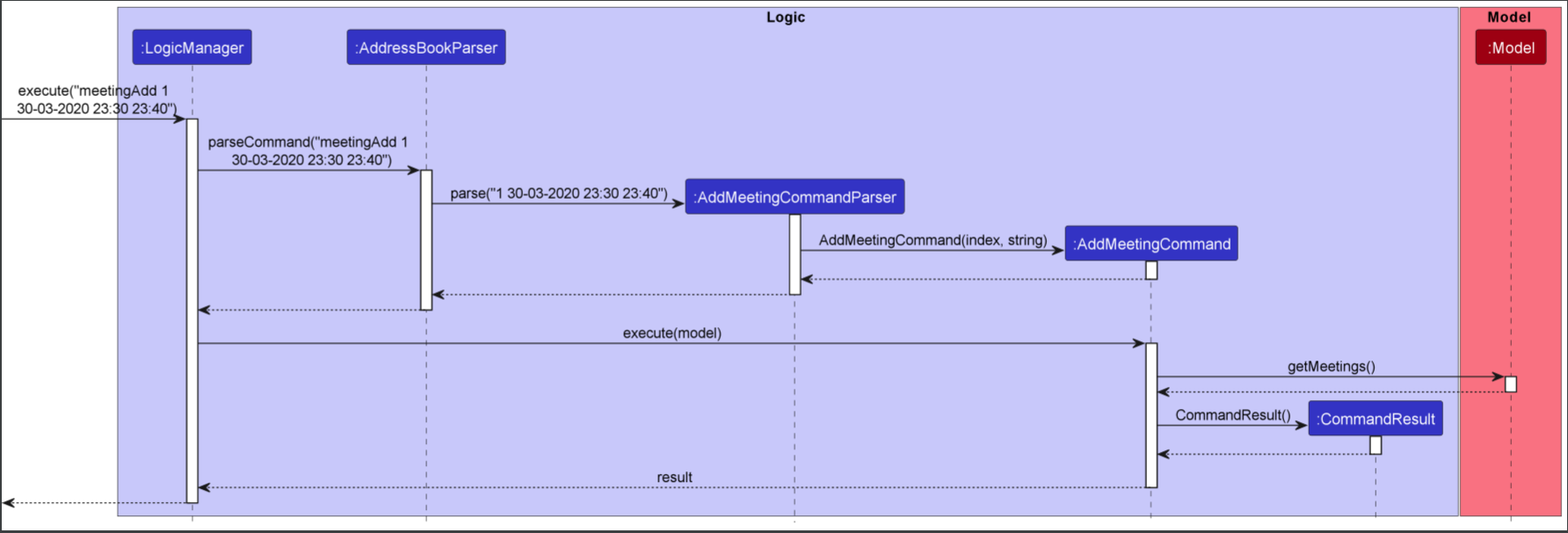
nus-cs2103-AY2223S2/tp keeps this PlantUML diagram as docs/images/AddMeetingSequenceDiagram.PNG. Above is the earlier version. Its source is kept beside it as docs/diagrams/AddMeetingSequenceDiagram.puml.
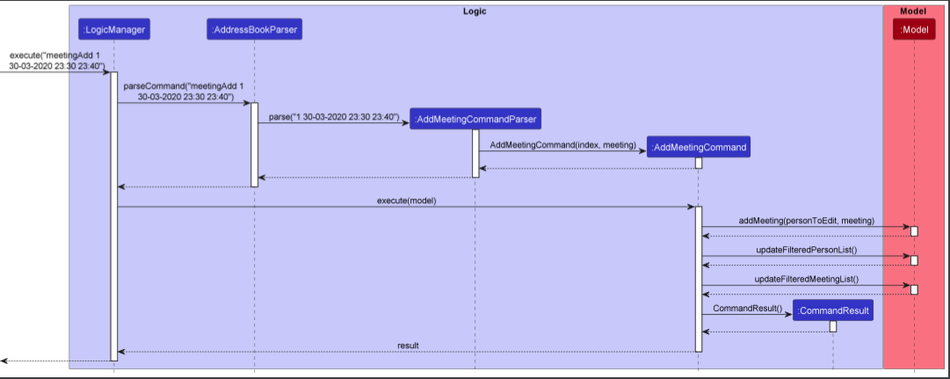
After the commit.

The edit, as a diff of the source:
```diff
@@ -24,7 +24,7 @@
 activate AddMeetingCommandParser
 
 create AddMeetingCommand
-AddMeetingCommandParser -> AddMeetingCommand : AddMeetingCommand(index, string)
+AddMeetingCommandParser -> AddMeetingCommand : AddMeetingCommand(index, meeting)
 activate AddMeetingCommand
 
 AddMeetingCommand --> AddMeetingCommandParser
@@ -39,7 +39,19 @@
 LogicManager -> AddMeetingCommand : execute(model)
 activate AddMeetingCommand
 
-AddMeetingCommand -> Model : getMeetings()
+AddMeetingCommand -> Model : addMeeting(personToEdit, meeting)
+activate Model
+
+Model --> AddMeetingCommand
+deactivate Model
+
+AddMeetingCommand -> Model : updateFilteredPersonList()
+activate Model
+
+Model --> AddMeetingCommand
+deactivate Model
+
+AddMeetingCommand -> Model : updateFilteredMeetingList()
 activate Model
 
 Model --> AddMeetingCommand
```
